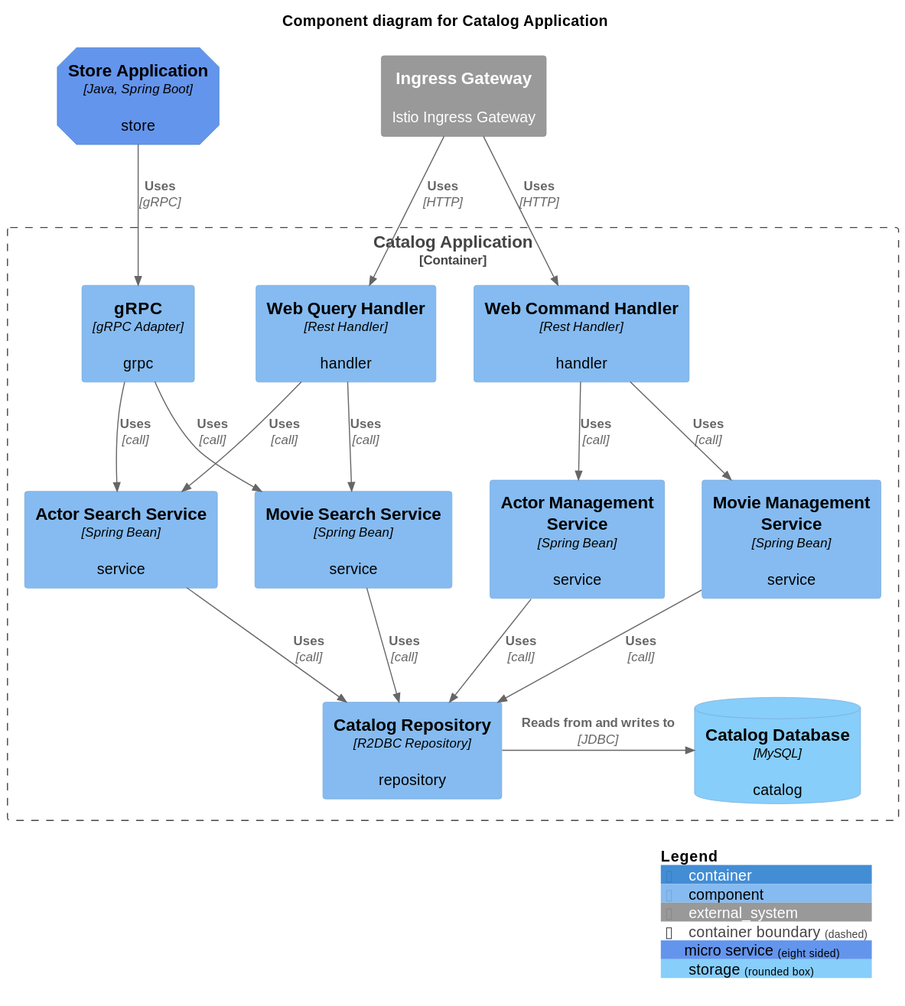
Before: diagram/component/catalog-application.svg, a diagram exported from PlantUML (codejsha/sakila-microservices).
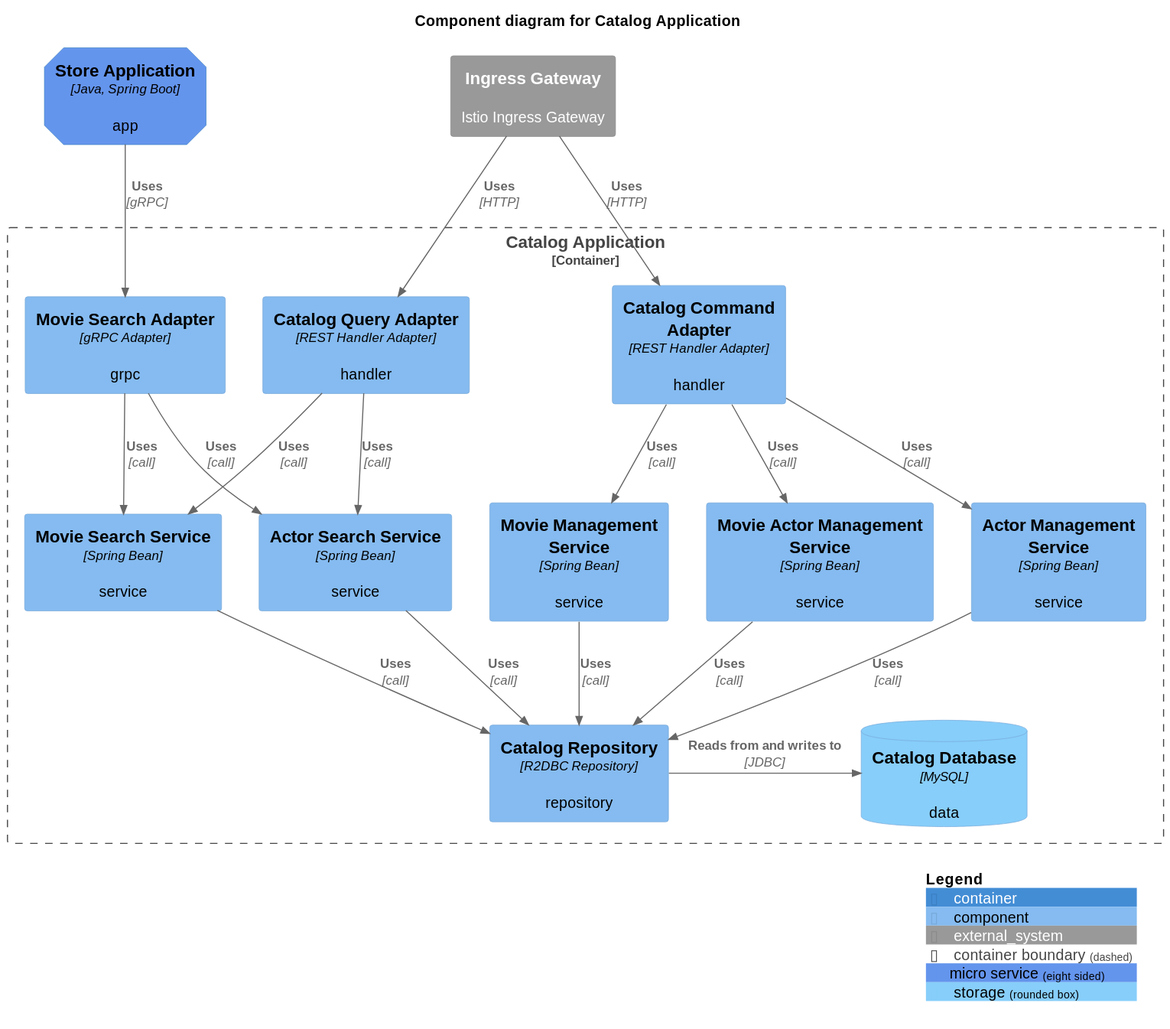
After the change.

Change to the diagram source:
```diff
@@ -6,36 +6,43 @@
 
 title Component diagram for Catalog Application
 
-Container(store_app, "Store Application", "Java, Spring Boot", "store", $tags = "micro_service")
+Container(store_app, "Store Application", "Java, Spring Boot", "app", $tags = "micro_service")
 System_Ext(ingress_gateway, "Ingress Gateway", "Istio Ingress Gateway")
 
 Container_Boundary(catalog_app, "Catalog Application") {
-    Component(command_handler, "Web Command Handler", "Rest Handler", "handler")
-    Component(query_handler, "Web Query Handler", "Rest Handler", "handler")
-    Component(grpc, "gRPC", "gRPC Adapter", "grpc")
+    Component(command_adapter, "Catalog Command Adapter", "REST Handler Adapter", "handler")
+    Component(query_adapter, "Catalog Query Adapter", "REST Handler Adapter", "handler")
+    Component(movie_search_adapter, "Movie Search Adapter", "gRPC Adapter", "grpc")
+
     Component(actor_mgmt_service, "Actor Management Service", "Spring Bean", "service")
     Component(actor_search_service, "Actor Search Service", "Spring Bean", "service")
     Component(movie_mgmt_service, "Movie Management Service", "Spring Bean", "service")
     Component(movie_search_service, "Movie Search Service", "Spring Bean", "service")
+    Component(movie_actor_mgmt_service, "Movie Actor Management Service", "Spring Bean", "service")
+
     Component(catalog_repository, "Catalog Repository", "R2DBC Repository", "repository")
-    ComponentDb(catalog_db, "Catalog Database", "MySQL", "catalog", $tags = "storage")
+    ComponentDb(catalog_db, "Catalog Database", "MySQL", "data", $tags = "storage")
 
-    Rel(command_handler, actor_mgmt_service, "Uses", "call")
-    Rel(command_handler, movie_mgmt_service, "Uses", "call")
-    Rel(query_handler, actor_search_service, "Uses", "call")
-    Rel(query_handler, movie_search_service, "Uses", "call")
+    Rel(command_adapter, actor_mgmt_service, "Uses", "call")
+    Rel(command_adapter, movie_mgmt_service, "Uses", "call")
+    Rel(command_adapter, movie_actor_mgmt_service, "Uses", "call")
+    Rel(query_adapter, actor_search_service, "Uses", "call")
+    Rel(query_adapter, movie_search_service, "Uses", "call")
+    Rel(movie_search_adapter, actor_search_service, "Uses", "call")
+    Rel(movie_search_adapter, movie_search_service, "Uses", "call")
+
     Rel(actor_mgmt_service, catalog_repository, "Uses", "call")
     Rel(movie_mgmt_service, catalog_repository, "Uses", "call")
+    Rel(movie_actor_mgmt_service, catalog_repository, "Uses", "call")
     Rel(actor_search_service, catalog_repository, "Uses", "call")
     Rel(movie_search_service, catalog_repository, "Uses", "call")
-    Rel(grpc, actor_search_service, "Uses", "call")
-    Rel(grpc, movie_search_service, "Uses", "call")
+
     Rel_R(catalog_repository, catalog_db, "Reads from and writes to", "JDBC")
 }
 
-Rel(store_app, grpc, "Uses", "gRPC")
-Rel(ingress_gateway, command_handler, "Uses", "HTTP")
-Rel(ingress_gateway, query_handler, "Uses", "HTTP")
+Rel(store_app, movie_search_adapter, "Uses", "gRPC")
+Rel(ingress_gateway, command_adapter, "Uses", "HTTP")
+Rel(ingress_gateway, query_adapter, "Uses", "HTTP")
 
 SHOW_LEGEND()
 @enduml
```
